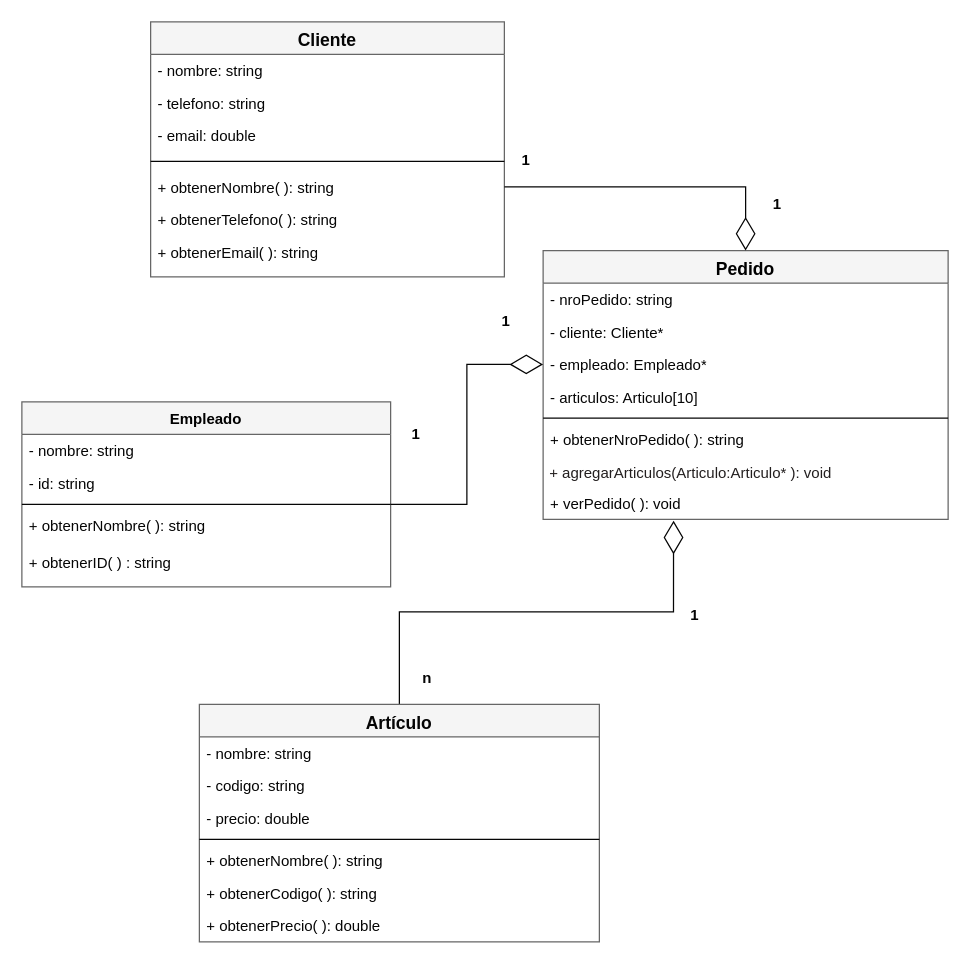
Above: Saavedra Parcial 2/uml/diagrama.drawio in JasmineSaavedra28/2-Parcial-Algoritmos-I-2024-Saavedra---copia (draw.io), before the change. Source tidied: cells renumbered, new cells numbered last; positions are measured from the earlier drawing's top-left corner, leaving out a move shared by most shapes. Both pictures are drawn from the tidied source at 125%, with x=0, y=0 at pixel (21, 21).
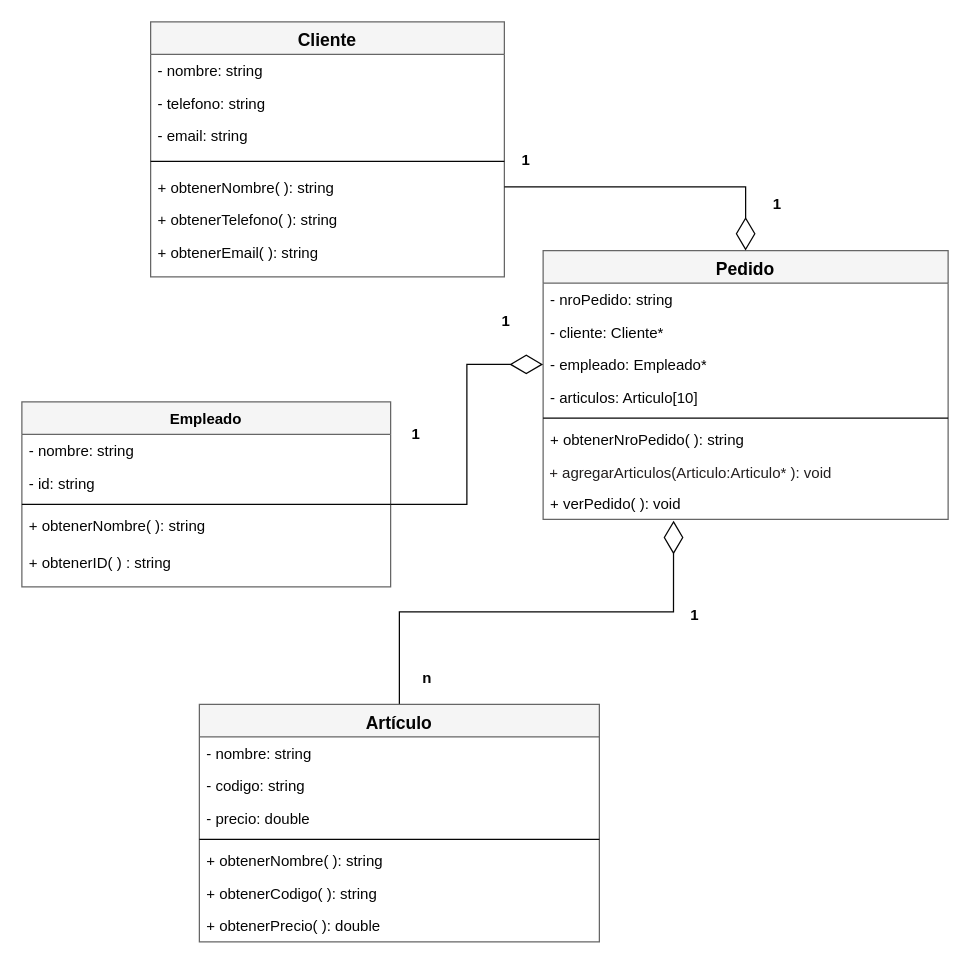
After the change.

The change refers to these unchanged cells:
```xml
<mxCell id="26" value="&lt;span style=&quot;font-size: 14px;&quot;&gt;Cliente&lt;/span&gt;" style="swimlane;fontStyle=1;align=center;verticalAlign=top;horizontal=1;startSize=26;whiteSpace=wrap;html=1;strokeColor=#666666;fillColor=#f5f5f5;fontColor=#050505;" parent="1" vertex="1">
  <mxGeometry x="103" width="283" height="204" as="geometry" />
</mxCell>
```

Change to the diagram source:
```diff
@@
-    <mxCell id="29" value="- email: double" style="text;strokeColor=none;fillColor=none;align=left;verticalAlign=top;spacingLeft=4;spacingRight=4;overflow=hidden;whiteSpace=wrap;html=1;fontColor=#050505;" parent="26" vertex="1">
+    <mxCell id="29" value="- email: string" style="text;strokeColor=none;fillColor=none;align=left;verticalAlign=top;spacingLeft=4;spacingRight=4;overflow=hidden;whiteSpace=wrap;html=1;fontColor=#050505;" parent="26" vertex="1">
       <mxGeometry y="78" width="283" height="26" as="geometry" />
     </mxCell>
```
